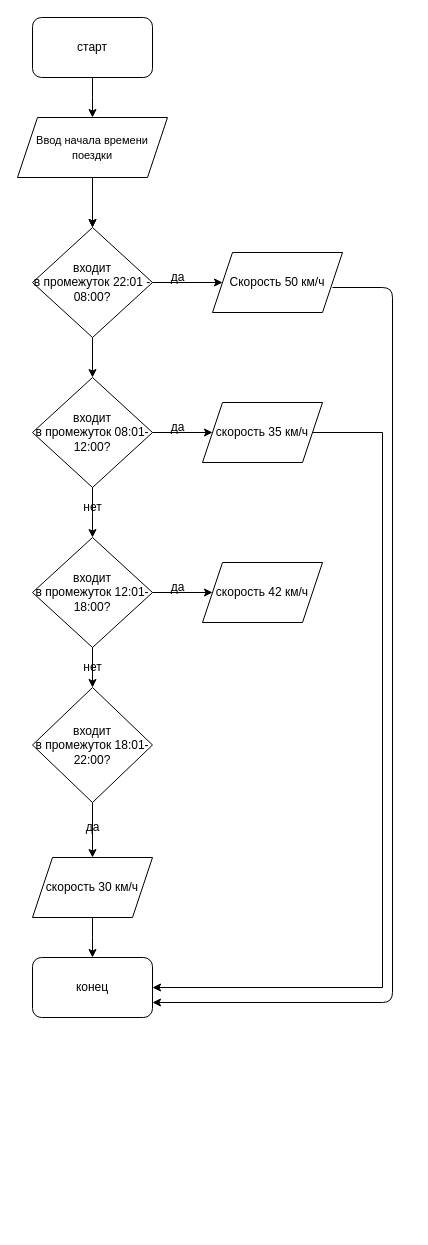
This is Untitled Diagram.drawio from PascalABCD/PascalABCD.github.io, a draw.io file, before an edit. Source tidied: cells renumbered, new cells numbered last; positions are measured from the earlier drawing's top-left corner, leaving out a move shared by most shapes. Both pictures are drawn from the tidied source at 100%, with x=0, y=0 at pixel (17, 17).
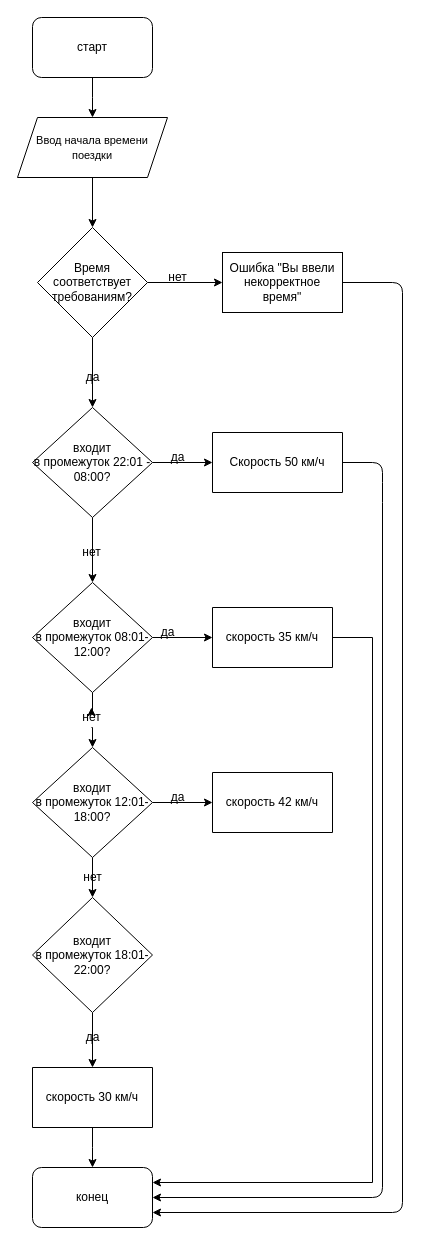
Above is the later version.

Unchanged cells that the change refers to:
```xml
<mxCell id="5" value="&lt;font style=&quot;font-size: 11px&quot;&gt;Ввод начала времени&lt;br&gt;поездки&lt;/font&gt;" style="shape=parallelogram;perimeter=parallelogramPerimeter;whiteSpace=wrap;html=1;fixedSize=1;" parent="1" vertex="1">
  <mxGeometry y="100" width="150" height="60" as="geometry" />
</mxCell>
```

Diff of the diagram source:
```diff
@@
-    <mxCell id="4" style="edgeStyle=orthogonalEdgeStyle;rounded=0;jettySize=auto;html=1;entryX=0.5;entryY=0;entryDx=0;entryDy=0;" parent="1" edge="1" source="5" target="9">
+    <mxCell id="4" style="edgeStyle=orthogonalEdgeStyle;rounded=0;jettySize=auto;html=1;entryX=0.5;entryY=0;entryDx=0;entryDy=0;" parent="1" edge="1" source="5" target="35">
       <mxGeometry relative="1" as="geometry" />
     </mxCell>
@@
-    <mxCell id="7" style="edgeStyle=orthogonalEdgeStyle;rounded=0;jettySize=auto;html=1;exitX=0.5;exitY=1;exitDx=0;exitDy=0;" parent="1" edge="1" source="9">
-      <mxGeometry relative="1" as="geometry">
-        <mxPoint x="75" y="360" as="targetPoint" />
-        <Array as="points">
-          <mxPoint x="75" y="360" />
-          <mxPoint x="75" y="360" />
-        </Array>
-      </mxGeometry>
+    <mxCell id="7" style="edgeStyle=orthogonalEdgeStyle;rounded=0;jettySize=auto;html=1;exitX=0.5;exitY=1;exitDx=0;exitDy=0;entryX=0.5;entryY=0;entryDx=0;entryDy=0;" parent="1" edge="1" source="9" target="13">
+      <mxGeometry relative="1" as="geometry" />
     </mxCell>
-    <mxCell id="8" style="edgeStyle=orthogonalEdgeStyle;rounded=0;jettySize=auto;html=1;entryX=0.5;entryY=0;entryDx=0;entryDy=0;" parent="1" edge="1" target="9">
-      <mxGeometry relative="1" as="geometry">
-        <mxPoint x="75" y="200" as="sourcePoint" />
-      </mxGeometry>
-    </mxCell>
     <mxCell id="9" value="входит &lt;br&gt;в промежуток 22:01 - 08:00?" style="rhombus;whiteSpace=wrap;html=1;" parent="1" vertex="1">
-      <mxGeometry x="15" y="210" width="120" height="110" as="geometry" />
+      <mxGeometry x="15" y="390" width="120" height="110" as="geometry" />
     </mxCell>
-    <mxCell id="10" value="Скорость 50 км/ч" style="shape=parallelogram;perimeter=parallelogramPerimeter;whiteSpace=wrap;html=1;fixedSize=1;" parent="1" vertex="1">
-      <mxGeometry x="195" y="235" width="130" height="60" as="geometry" />
+    <mxCell id="10" value="Скорость 50 км/ч" style="shape=parallelogram;perimeter=parallelogramPerimeter;whiteSpace=wrap;html=1;fixedSize=1;size=-10;" parent="1" vertex="1">
+      <mxGeometry x="195" y="415" width="130" height="60" as="geometry" />
     </mxCell>
@@
-    <mxCell id="12" style="edgeStyle=orthogonalEdgeStyle;rounded=0;jettySize=auto;html=1;" parent="1" edge="1" source="13">
-      <mxGeometry relative="1" as="geometry">
-        <mxPoint x="75" y="520" as="targetPoint" />
-      </mxGeometry>
-    </mxCell>
     <mxCell id="13" value="входит &lt;br&gt;в промежуток 08:01-12:00?" style="rhombus;whiteSpace=wrap;html=1;" parent="1" vertex="1">
-      <mxGeometry x="15" y="360" width="120" height="110" as="geometry" />
+      <mxGeometry x="15" y="565" width="120" height="110" as="geometry" />
     </mxCell>
     <mxCell id="14" value="да" style="text;html=1;align=center;verticalAlign=middle;" parent="1" vertex="1">
-      <mxGeometry x="145" y="250" width="30" height="20" as="geometry" />
+      <mxGeometry x="145" y="430" width="30" height="20" as="geometry" />
     </mxCell>
-    <mxCell id="15" style="edgeStyle=orthogonalEdgeStyle;rounded=0;jettySize=auto;html=1;exitX=1;exitY=0.5;exitDx=0;exitDy=0;entryX=1;entryY=0.5;entryDx=0;entryDy=0;" parent="1" edge="1" source="16" target="25">
+    <mxCell id="15" style="edgeStyle=orthogonalEdgeStyle;rounded=0;jettySize=auto;html=1;exitX=1;exitY=0.5;exitDx=0;exitDy=0;entryX=1;entryY=0.25;entryDx=0;entryDy=0;" parent="1" edge="1" source="16" target="25">
       <mxGeometry relative="1" as="geometry">
         <Array as="points">
-          <mxPoint x="365" y="415" />
-          <mxPoint x="365" y="970" />
+          <mxPoint x="355" y="620" />
+          <mxPoint x="355" y="1165" />
         </Array>
       </mxGeometry>
     </mxCell>
-    <mxCell id="16" value="скорость 35 км/ч" style="shape=parallelogram;perimeter=parallelogramPerimeter;whiteSpace=wrap;html=1;fixedSize=1;" parent="1" vertex="1">
-      <mxGeometry x="185" y="385" width="120" height="60" as="geometry" />
+    <mxCell id="16" value="скорость 35 км/ч" style="shape=parallelogram;perimeter=parallelogramPerimeter;whiteSpace=wrap;html=1;fixedSize=1;size=0;" parent="1" vertex="1">
+      <mxGeometry x="195" y="590" width="120" height="60" as="geometry" />
     </mxCell>
@@
-    <mxCell id="18" style="edgeStyle=orthogonalEdgeStyle;rounded=0;jettySize=auto;html=1;" parent="1" edge="1" source="19" target="22">
+    <mxCell id="18" style="edgeStyle=orthogonalEdgeStyle;rounded=0;jettySize=auto;html=1;entryX=0;entryY=0.5;entryDx=0;entryDy=0;" parent="1" edge="1" source="19" target="22">
       <mxGeometry relative="1" as="geometry" />
     </mxCell>
     <mxCell id="19" value="входит &lt;br&gt;в промежуток 12:01-18:00?" style="rhombus;whiteSpace=wrap;html=1;" parent="1" vertex="1">
-      <mxGeometry x="15" y="520" width="120" height="110" as="geometry" />
+      <mxGeometry x="15" y="730" width="120" height="110" as="geometry" />
     </mxCell>
     <mxCell id="20" style="edgeStyle=orthogonalEdgeStyle;rounded=0;jettySize=auto;html=1;" parent="1" edge="1" source="21">
       <mxGeometry relative="1" as="geometry">
-        <mxPoint x="75" y="840" as="targetPoint" />
+        <mxPoint x="75" y="1050" as="targetPoint" />
       </mxGeometry>
     </mxCell>
     <mxCell id="21" value="&lt;span&gt;входит&lt;br&gt;в промежуток 18:01-22:00?&lt;/span&gt;" style="rhombus;whiteSpace=wrap;html=1;" parent="1" vertex="1">
-      <mxGeometry x="15" y="670" width="120" height="115" as="geometry" />
+      <mxGeometry x="15" y="880" width="120" height="115" as="geometry" />
     </mxCell>
-    <mxCell id="22" value="скорость 42 км/ч" style="shape=parallelogram;perimeter=parallelogramPerimeter;whiteSpace=wrap;html=1;fixedSize=1;" parent="1" vertex="1">
-      <mxGeometry x="185" y="545" width="120" height="60" as="geometry" />
+    <mxCell id="22" value="скорость 42 км/ч" style="shape=parallelogram;perimeter=parallelogramPerimeter;whiteSpace=wrap;html=1;fixedSize=1;size=0;" parent="1" vertex="1">
+      <mxGeometry x="195" y="755" width="120" height="60" as="geometry" />
     </mxCell>
     <mxCell id="23" style="edgeStyle=orthogonalEdgeStyle;rounded=0;jettySize=auto;html=1;" parent="1" edge="1" source="24">
       <mxGeometry relative="1" as="geometry">
-        <mxPoint x="75" y="940" as="targetPoint" />
+        <mxPoint x="75" y="1150" as="targetPoint" />
       </mxGeometry>
     </mxCell>
-    <mxCell id="24" value="скорость 30 км/ч" style="shape=parallelogram;perimeter=parallelogramPerimeter;whiteSpace=wrap;html=1;fixedSize=1;" parent="1" vertex="1">
-      <mxGeometry x="15" y="840" width="120" height="60" as="geometry" />
+    <mxCell id="24" value="скорость 30 км/ч" style="shape=parallelogram;perimeter=parallelogramPerimeter;whiteSpace=wrap;html=1;fixedSize=1;size=0;" parent="1" vertex="1">
+      <mxGeometry x="15" y="1050" width="120" height="60" as="geometry" />
     </mxCell>
     <mxCell id="25" value="конец" style="rounded=1;whiteSpace=wrap;html=1;" parent="1" vertex="1">
-      <mxGeometry x="15" y="940" width="120" height="60" as="geometry" />
+      <mxGeometry x="15" y="1150" width="120" height="60" as="geometry" />
     </mxCell>
     <mxCell id="26" value="да" style="text;html=1;align=center;verticalAlign=middle;" parent="1" vertex="1">
-      <mxGeometry x="145" y="400" width="30" height="20" as="geometry" />
+      <mxGeometry x="135" y="605" width="30" height="20" as="geometry" />
     </mxCell>
     <mxCell id="27" value="да" style="text;html=1;align=center;verticalAlign=middle;" parent="1" vertex="1">
-      <mxGeometry x="60" y="800" width="30" height="20" as="geometry" />
+      <mxGeometry x="60" y="1010" width="30" height="20" as="geometry" />
     </mxCell>
     <mxCell id="28" value="да" style="text;html=1;align=center;verticalAlign=middle;" parent="1" vertex="1">
-      <mxGeometry x="145" y="560" width="30" height="20" as="geometry" />
+      <mxGeometry x="145" y="770" width="30" height="20" as="geometry" />
     </mxCell>
-    <mxCell id="29" style="endArrow=classic;html=1;entryX=1;entryY=0.75;entryDx=0;entryDy=0;" parent="1" edge="1" target="25">
+    <mxCell id="29" style="endArrow=classic;html=1;entryX=1;entryY=0.5;entryDx=0;entryDy=0;exitX=1;exitY=0.5;exitDx=0;exitDy=0;" parent="1" edge="1" source="10" target="25">
       <mxGeometry relative="1" as="geometry">
-        <mxPoint x="315" y="270" as="sourcePoint" />
         <Array as="points">
-          <mxPoint x="375" y="270" />
-          <mxPoint x="375" y="985" />
+          <mxPoint x="365" y="445" />
+          <mxPoint x="365" y="475" />
+          <mxPoint x="365" y="1180" />
         </Array>
       </mxGeometry>
     </mxCell>
     <mxCell id="30" value="нет" style="text;html=1;align=center;verticalAlign=middle;" parent="1" vertex="1">
-      <mxGeometry x="60" y="640" width="30" height="20" as="geometry" />
+      <mxGeometry x="60" y="850" width="30" height="20" as="geometry" />
     </mxCell>
+    <mxCell id="32" style="edgeStyle=orthogonalEdgeStyle;rounded=0;jettySize=auto;html=1;exitX=0.5;exitY=1;exitDx=0;exitDy=0;" parent="1" edge="1" source="31">
+      <mxGeometry relative="1" as="geometry">
+        <mxPoint x="75" y="730" as="targetPoint" />
+      </mxGeometry>
+    </mxCell>
+    <mxCell id="33" style="edgeStyle=orthogonalEdgeStyle;rounded=0;jettySize=auto;html=1;exitX=0.5;exitY=1;exitDx=0;exitDy=0;" parent="1" edge="1" source="35" target="9">
+      <mxGeometry relative="1" as="geometry" />
+    </mxCell>
+    <mxCell id="34" style="edgeStyle=orthogonalEdgeStyle;rounded=0;jettySize=auto;html=1;" parent="1" edge="1" source="35" target="37">
+      <mxGeometry relative="1" as="geometry" />
+    </mxCell>
+    <mxCell id="35" value="Время соответствует требованиям?" style="rhombus;whiteSpace=wrap;html=1;" parent="1" vertex="1">
+      <mxGeometry x="20" y="210" width="110" height="110" as="geometry" />
+    </mxCell>
+    <mxCell id="36" value="да" style="text;html=1;align=center;verticalAlign=middle;" parent="1" vertex="1">
+      <mxGeometry x="60" y="350" width="30" height="20" as="geometry" />
+    </mxCell>
+    <mxCell id="37" value="Ошибка &quot;Вы ввели некорректное время&quot;" style="whiteSpace=wrap;html=1;" parent="1" vertex="1">
+      <mxGeometry x="205" y="235" width="120" height="60" as="geometry" />
+    </mxCell>
+    <mxCell id="38" value="нет" style="text;html=1;align=center;verticalAlign=middle;" parent="1" vertex="1">
+      <mxGeometry x="145" y="250" width="30" height="20" as="geometry" />
+    </mxCell>
     <mxCell id="31" value="нет" style="text;html=1;align=center;verticalAlign=middle;points=[];" parent="1" vertex="1">
-      <mxGeometry x="60" y="480" width="30" height="20" as="geometry" />
+      <mxGeometry x="59" y="690" width="30" height="20" as="geometry" />
     </mxCell>
+    <mxCell id="39" style="edgeStyle=orthogonalEdgeStyle;rounded=0;jettySize=auto;html=1;exitX=0.5;exitY=1;exitDx=0;exitDy=0;" parent="1" edge="1" source="13" target="31">
+      <mxGeometry relative="1" as="geometry" />
+    </mxCell>
+    <mxCell id="40" value="нет" style="text;html=1;align=center;verticalAlign=middle;" parent="1" vertex="1">
+      <mxGeometry x="59" y="524.5" width="30" height="20" as="geometry" />
+    </mxCell>
+    <mxCell id="41" style="endArrow=classic;html=1;exitX=1;exitY=0.5;exitDx=0;exitDy=0;entryX=1;entryY=0.75;entryDx=0;entryDy=0;" parent="1" edge="1" source="37" target="25">
+      <mxGeometry relative="1" as="geometry">
+        <Array as="points">
+          <mxPoint x="385" y="265" />
+          <mxPoint x="385" y="1195" />
+        </Array>
+      </mxGeometry>
+    </mxCell>
```
